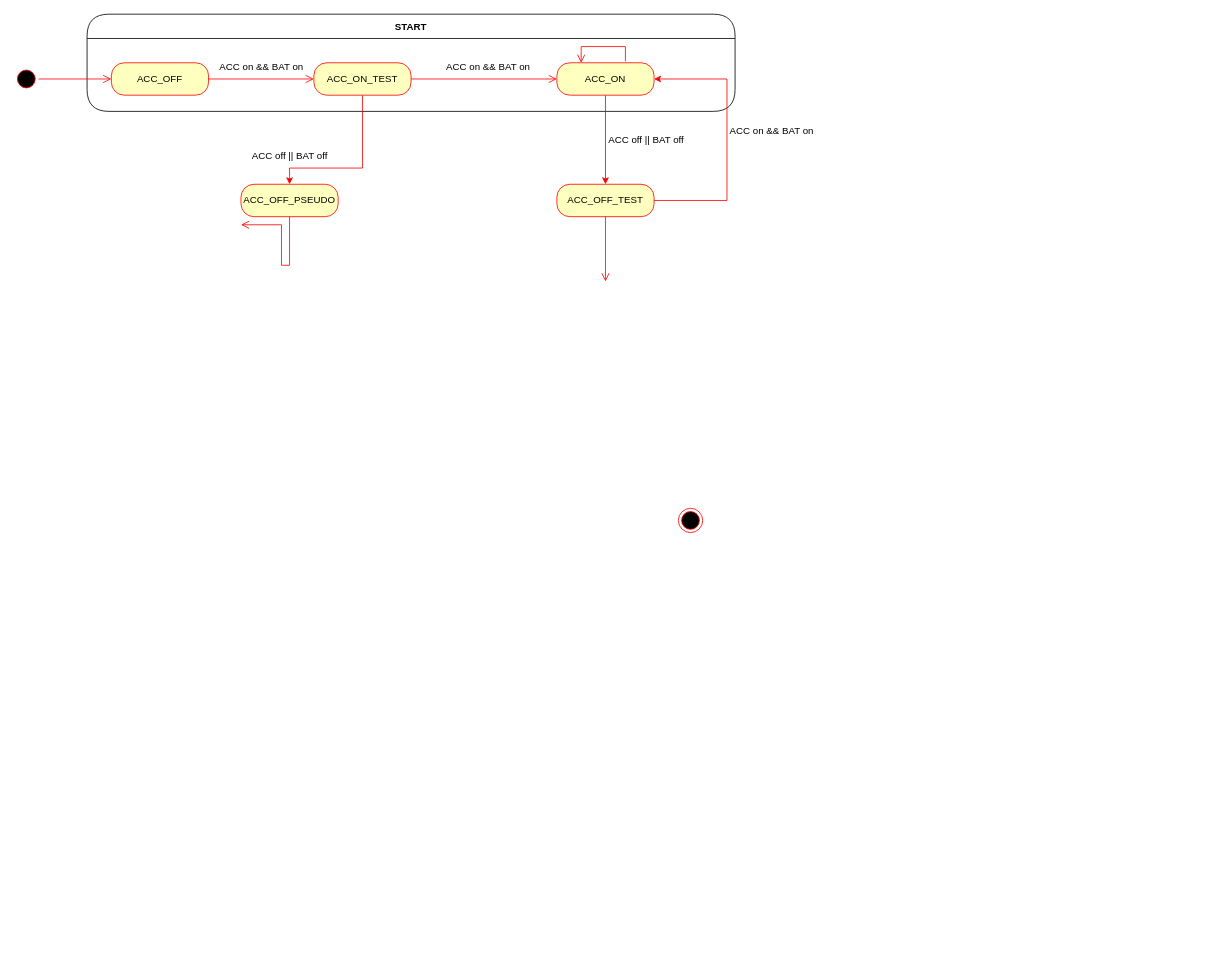
Before: page "AccState" (1 of 2) of 제목 없는 다이어그램.drawio in chaeyoonl/state-transition-diagram-test, a draw.io diagram. Source tidied: cells renumbered, new cells numbered last; positions are measured from the earlier drawing's top-left corner, leaving out a move shared by most shapes. Both pictures are drawn from the tidied source at 81%, with x=0, y=0 at pixel (14, 14).
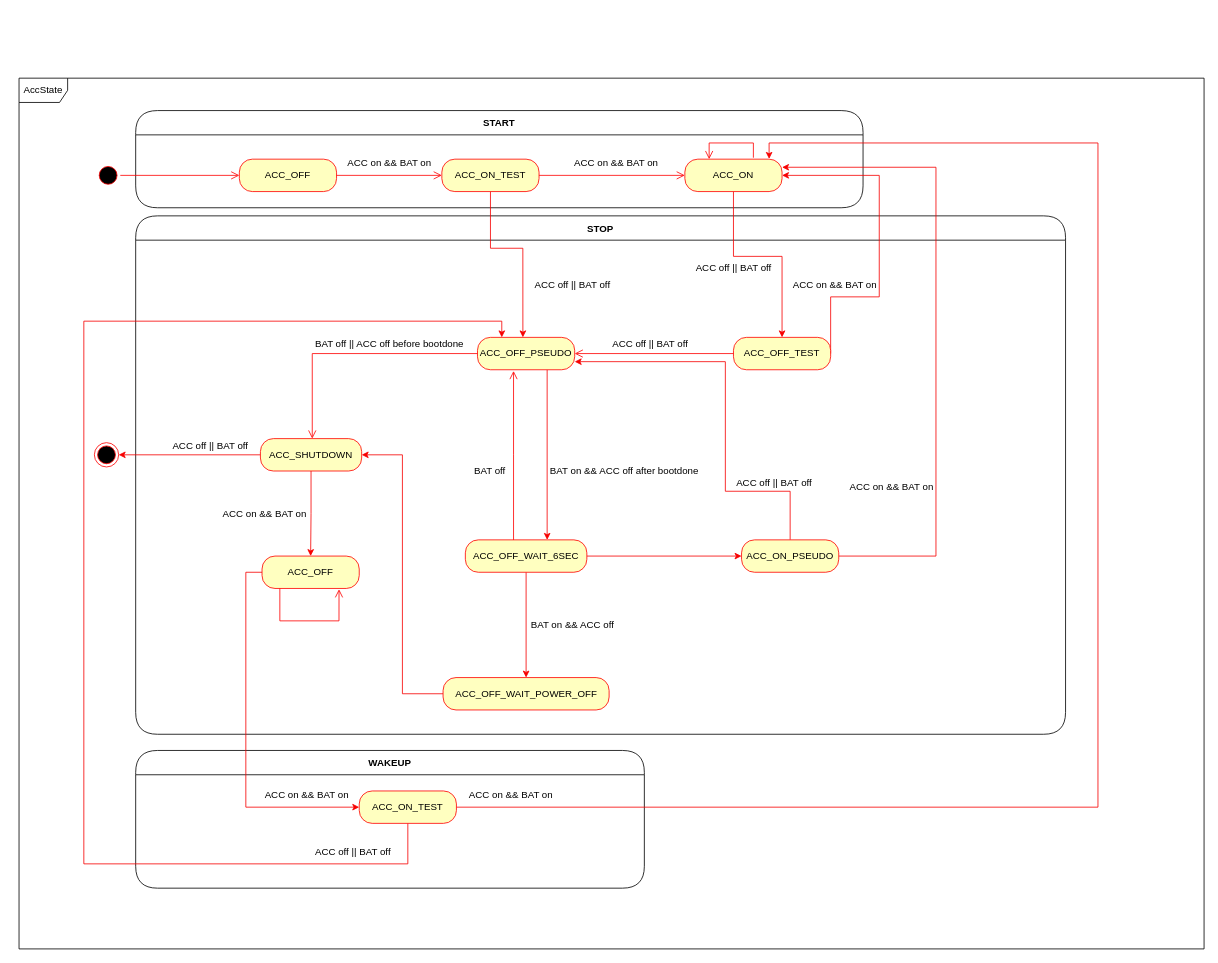
Above is the later version.

Diff of the diagram source:
```diff
@@
+    <mxCell id="24" value="AccState" style="shape=umlFrame;whiteSpace=wrap;html=1;rounded=1;fillStyle=auto;strokeColor=#000000;fillColor=#FFFFFF;gradientColor=none;" parent="1" vertex="1">
+      <mxGeometry x="6" y="79" width="1463" height="1075" as="geometry" />
+    </mxCell>
+    <mxCell id="25" value="WAKEUP" style="swimlane;fontStyle=1;align=center;verticalAlign=middle;horizontal=1;startSize=30;rounded=1;arcSize=30;swimlaneFillColor=#FFFFFF;fillStyle=auto;" parent="1" vertex="1">
+      <mxGeometry x="150" y="909" width="628" height="170" as="geometry" />
+    </mxCell>
+    <mxCell id="26" value="STOP" style="swimlane;fontStyle=1;align=center;verticalAlign=middle;horizontal=1;startSize=30;rounded=1;arcSize=30;swimlaneFillColor=#FFFFFF;fillStyle=auto;" parent="1" vertex="1">
+      <mxGeometry x="150" y="249" width="1148" height="640" as="geometry" />
+    </mxCell>
     <mxCell id="2" value="START" style="swimlane;fontStyle=1;align=center;verticalAlign=middle;horizontal=1;startSize=30;rounded=1;arcSize=30;swimlaneFillColor=#FFFFFF;fillStyle=auto;" parent="1" vertex="1">
-      <mxGeometry x="90" width="800" height="120" as="geometry" />
+      <mxGeometry x="150" y="119" width="898" height="120" as="geometry" />
     </mxCell>
-    <mxCell id="3" style="ellipse;html=1;shape=endState;fillColor=#000000;strokeColor=#ff0000;" parent="1" vertex="1">
-      <mxGeometry x="820" y="610" width="30" height="30" as="geometry" />
-    </mxCell>
     <mxCell id="4" style="ellipse;html=1;shape=startState;fillColor=#000000;strokeColor=#ff0000;fillStyle=auto;" parent="1" vertex="1">
-      <mxGeometry y="65" width="30" height="30" as="geometry" />
+      <mxGeometry x="101" y="184" width="30" height="30" as="geometry" />
     </mxCell>
@@
     <mxCell id="6" value="ACC_OFF" style="rounded=1;whiteSpace=wrap;html=1;arcSize=40;fontColor=#000000;fillColor=#ffffc0;strokeColor=#ff0000;fillStyle=auto;" parent="1" vertex="1">
-      <mxGeometry x="120" y="60" width="120" height="40" as="geometry" />
+      <mxGeometry x="278" y="179" width="120" height="40" as="geometry" />
     </mxCell>
@@
     <mxCell id="8" style="edgeStyle=orthogonalEdgeStyle;rounded=0;jettySize=auto;html=1;exitX=0.5;exitY=1;exitDx=0;exitDy=0;entryX=0.5;entryY=0;entryDx=0;entryDy=0;strokeColor=#F70000;" parent="1" edge="1" source="9" target="20">
-      <mxGeometry relative="1" as="geometry" />
+      <mxGeometry relative="1" as="geometry">
+        <Array as="points">
+          <mxPoint x="888" y="299" />
+          <mxPoint x="948" y="299" />
+        </Array>
+      </mxGeometry>
     </mxCell>
     <mxCell id="9" value="ACC_ON" style="rounded=1;whiteSpace=wrap;html=1;arcSize=40;fontColor=#000000;fillColor=#ffffc0;strokeColor=#ff0000;fillStyle=auto;" parent="1" vertex="1">
-      <mxGeometry x="670" y="60" width="120" height="40" as="geometry" />
+      <mxGeometry x="828" y="179" width="120" height="40" as="geometry" />
     </mxCell>
     <mxCell id="10" style="edgeStyle=orthogonalEdgeStyle;html=1;verticalAlign=bottom;endArrow=open;endSize=8;strokeColor=#ff0000;rounded=0;exitX=0.705;exitY=-0.045;exitDx=0;exitDy=0;exitPerimeter=0;entryX=0.25;entryY=0;entryDx=0;entryDy=0;" parent="1" edge="1" source="9" target="9">
       <mxGeometry relative="1" as="geometry">
         <Array as="points">
-          <mxPoint x="755" y="40" />
-          <mxPoint x="700" y="40" />
+          <mxPoint x="913" y="159" />
+          <mxPoint x="858" y="159" />
         </Array>
       </mxGeometry>
     </mxCell>
-    <mxCell id="11" style="edgeStyle=orthogonalEdgeStyle;rounded=0;jettySize=auto;html=1;exitX=0.5;exitY=1;exitDx=0;exitDy=0;entryX=0.5;entryY=0;entryDx=0;entryDy=0;strokeColor=#F70000;" parent="1" edge="1" source="12" target="16">
+    <mxCell id="11" style="edgeStyle=orthogonalEdgeStyle;rounded=0;jettySize=auto;html=1;exitX=0.5;exitY=1;exitDx=0;exitDy=0;entryX=0.467;entryY=0;entryDx=0;entryDy=0;strokeColor=#F70000;entryPerimeter=0;" parent="1" edge="1" source="12" target="16">
       <mxGeometry relative="1" as="geometry">
         <Array as="points">
-          <mxPoint x="430" y="190" />
-          <mxPoint x="340" y="190" />
+          <mxPoint x="588" y="289" />
+          <mxPoint x="628" y="289" />
         </Array>
       </mxGeometry>
     </mxCell>
     <mxCell id="12" value="ACC_ON_TEST" style="rounded=1;whiteSpace=wrap;html=1;arcSize=40;fontColor=#000000;fillColor=#ffffc0;strokeColor=#ff0000;fillStyle=auto;" parent="1" vertex="1">
-      <mxGeometry x="370" y="60" width="120" height="40" as="geometry" />
+      <mxGeometry x="528" y="179" width="120" height="40" as="geometry" />
     </mxCell>
@@
     <mxCell id="14" value="ACC on &amp;amp;&amp;amp; BAT on" style="text;html=1;align=center;verticalAlign=middle;fillColor=none;strokeColor=none;rounded=0;fillStyle=auto;" parent="1" vertex="1">
-      <mxGeometry x="240" y="50" width="130" height="30" as="geometry" />
+      <mxGeometry x="398" y="169" width="130" height="30" as="geometry" />
     </mxCell>
     <mxCell id="15" value="ACC on &amp;amp;&amp;amp; BAT on" style="text;html=1;align=center;verticalAlign=middle;fillColor=none;strokeColor=none;rounded=0;fillStyle=auto;" parent="1" vertex="1">
-      <mxGeometry x="520" y="50" width="130" height="30" as="geometry" />
+      <mxGeometry x="678" y="169" width="130" height="30" as="geometry" />
     </mxCell>
+    <mxCell id="27" style="edgeStyle=orthogonalEdgeStyle;rounded=0;orthogonalLoop=1;jettySize=auto;html=1;exitX=0.5;exitY=1;exitDx=0;exitDy=0;strokeColor=#F70000;" parent="1" edge="1">
+      <mxGeometry relative="1" as="geometry">
+        <mxPoint x="658" y="439" as="sourcePoint" />
+        <mxPoint x="658" y="649" as="targetPoint" />
+      </mxGeometry>
+    </mxCell>
     <mxCell id="16" value="ACC_OFF_PSEUDO" style="rounded=1;whiteSpace=wrap;html=1;arcSize=40;fontColor=#000000;fillColor=#ffffc0;strokeColor=#ff0000;fillStyle=auto;" parent="1" vertex="1">
-      <mxGeometry x="280" y="210" width="120" height="40" as="geometry" />
+      <mxGeometry x="572" y="399" width="120" height="40" as="geometry" />
     </mxCell>
-    <mxCell id="17" style="edgeStyle=orthogonalEdgeStyle;html=1;verticalAlign=bottom;endArrow=open;endSize=8;strokeColor=#ff0000;rounded=0;" parent="1" edge="1" source="16">
+    <mxCell id="17" style="edgeStyle=orthogonalEdgeStyle;html=1;verticalAlign=bottom;endArrow=open;endSize=8;strokeColor=#ff0000;rounded=0;exitX=0;exitY=0.5;exitDx=0;exitDy=0;" parent="1" edge="1" source="16" target="35">
       <mxGeometry relative="1" as="geometry">
-        <mxPoint x="280" y="260" as="targetPoint" />
         <Array as="points">
-          <mxPoint x="340" y="310" />
-          <mxPoint x="330" y="310" />
-          <mxPoint x="330" y="260" />
+          <mxPoint x="368" y="419" />
         </Array>
       </mxGeometry>
     </mxCell>
     <mxCell id="18" value="ACC off || BAT off" style="text;html=1;align=center;verticalAlign=middle;fillColor=none;strokeColor=none;rounded=0;fillStyle=auto;" parent="1" vertex="1">
-      <mxGeometry x="280" y="160" width="120" height="30" as="geometry" />
+      <mxGeometry x="629" y="319" width="120" height="30" as="geometry" />
     </mxCell>
     <mxCell id="19" style="edgeStyle=orthogonalEdgeStyle;rounded=0;jettySize=auto;html=1;exitX=1;exitY=0.5;exitDx=0;exitDy=0;entryX=1;entryY=0.5;entryDx=0;entryDy=0;strokeColor=#F70000;" parent="1" edge="1" source="20" target="9">
       <mxGeometry relative="1" as="geometry">
         <Array as="points">
-          <mxPoint x="880" y="230" />
-          <mxPoint x="880" y="80" />
+          <mxPoint x="1068" y="349" />
+          <mxPoint x="1068" y="199" />
         </Array>
       </mxGeometry>
     </mxCell>
     <mxCell id="20" value="ACC_OFF_TEST" style="rounded=1;whiteSpace=wrap;html=1;arcSize=40;fontColor=#000000;fillColor=#ffffc0;strokeColor=#ff0000;fillStyle=auto;" parent="1" vertex="1">
-      <mxGeometry x="670" y="210" width="120" height="40" as="geometry" />
+      <mxGeometry x="888" y="399" width="120" height="40" as="geometry" />
     </mxCell>
-    <mxCell id="21" style="edgeStyle=orthogonalEdgeStyle;html=1;verticalAlign=bottom;endArrow=open;endSize=8;strokeColor=#ff0000;rounded=0;" parent="1" edge="1" source="20">
-      <mxGeometry relative="1" as="geometry">
-        <mxPoint x="730" y="330" as="targetPoint" />
-      </mxGeometry>
+    <mxCell id="21" style="edgeStyle=orthogonalEdgeStyle;html=1;verticalAlign=bottom;endArrow=open;endSize=8;strokeColor=#ff0000;rounded=0;entryX=1;entryY=0.5;entryDx=0;entryDy=0;" parent="1" edge="1" source="20" target="16">
+      <mxGeometry relative="1" as="geometry" />
     </mxCell>
     <mxCell id="22" value="ACC off || BAT off" style="text;html=1;align=center;verticalAlign=middle;fillColor=none;strokeColor=none;rounded=0;fillStyle=auto;" parent="1" vertex="1">
-      <mxGeometry x="720" y="140" width="120" height="30" as="geometry" />
+      <mxGeometry x="828" y="299" width="120" height="30" as="geometry" />
     </mxCell>
     <mxCell id="23" value="ACC on &amp;amp;&amp;amp; BAT on" style="text;html=1;align=center;verticalAlign=middle;fillColor=none;strokeColor=none;rounded=0;fillStyle=auto;" parent="1" vertex="1">
-      <mxGeometry x="870" y="130" width="130" height="30" as="geometry" />
+      <mxGeometry x="948" y="319" width="130" height="30" as="geometry" />
     </mxCell>
+    <mxCell id="28" value="ACC off || BAT off" style="text;html=1;align=center;verticalAlign=middle;fillColor=none;strokeColor=none;rounded=0;fillStyle=auto;" parent="1" vertex="1">
+      <mxGeometry x="725" y="392" width="120" height="30" as="geometry" />
+    </mxCell>
+    <mxCell id="29" style="edgeStyle=orthogonalEdgeStyle;rounded=0;jettySize=auto;html=1;exitX=1;exitY=0.5;exitDx=0;exitDy=0;entryX=0;entryY=0.5;entryDx=0;entryDy=0;strokeColor=#F70000;" parent="1" edge="1" source="31" target="44">
+      <mxGeometry relative="1" as="geometry" />
+    </mxCell>
+    <mxCell id="30" style="edgeStyle=orthogonalEdgeStyle;rounded=0;jettySize=auto;html=1;exitX=0.5;exitY=1;exitDx=0;exitDy=0;strokeColor=#F70000;" parent="1" edge="1" source="31" target="46">
+      <mxGeometry relative="1" as="geometry" />
+    </mxCell>
+    <mxCell id="31" value="ACC_OFF_WAIT_6SEC" style="rounded=1;whiteSpace=wrap;html=1;arcSize=40;fontColor=#000000;fillColor=#ffffc0;strokeColor=#ff0000;fillStyle=auto;" parent="1" vertex="1">
+      <mxGeometry x="557" y="649" width="150" height="40" as="geometry" />
+    </mxCell>
+    <mxCell id="32" style="edgeStyle=orthogonalEdgeStyle;html=1;verticalAlign=bottom;endArrow=open;endSize=8;strokeColor=#ff0000;rounded=0;entryX=0.096;entryY=1.038;entryDx=0;entryDy=0;entryPerimeter=0;" parent="1" edge="1">
+      <mxGeometry relative="1" as="geometry">
+        <mxPoint x="616.5" y="649" as="sourcePoint" />
+        <mxPoint x="616.5" y="440.5" as="targetPoint" />
+        <Array as="points">
+          <mxPoint x="617" y="544" />
+        </Array>
+      </mxGeometry>
+    </mxCell>
+    <mxCell id="33" style="edgeStyle=orthogonalEdgeStyle;rounded=0;jettySize=auto;html=1;exitX=0.5;exitY=1;exitDx=0;exitDy=0;strokeColor=#F70000;" parent="1" edge="1" source="35" target="39">
+      <mxGeometry relative="1" as="geometry" />
+    </mxCell>
+    <mxCell id="34" style="edgeStyle=orthogonalEdgeStyle;rounded=0;jettySize=auto;html=1;exitX=0;exitY=0.5;exitDx=0;exitDy=0;entryX=1;entryY=0.5;entryDx=0;entryDy=0;strokeColor=#F70000;" parent="1" edge="1" source="35" target="56">
+      <mxGeometry relative="1" as="geometry" />
+    </mxCell>
+    <mxCell id="35" value="ACC_SHUTDOWN" style="rounded=1;whiteSpace=wrap;html=1;arcSize=40;fontColor=#000000;fillColor=#ffffc0;strokeColor=#ff0000;fillStyle=auto;" parent="1" vertex="1">
+      <mxGeometry x="304" y="524" width="125" height="40" as="geometry" />
+    </mxCell>
+    <mxCell id="36" value="BAT off || ACC off before bootdone" style="text;html=1;align=center;verticalAlign=middle;fillColor=none;strokeColor=none;rounded=0;fillStyle=auto;" parent="1" vertex="1">
+      <mxGeometry x="358" y="392" width="210" height="30" as="geometry" />
+    </mxCell>
+    <mxCell id="37" value="BAT on &amp;amp;&amp;amp; ACC off after bootdone" style="text;html=1;align=center;verticalAlign=middle;fillColor=none;strokeColor=none;rounded=0;fillStyle=auto;" parent="1" vertex="1">
+      <mxGeometry x="648" y="549" width="210" height="30" as="geometry" />
+    </mxCell>
+    <mxCell id="38" style="edgeStyle=orthogonalEdgeStyle;rounded=0;jettySize=auto;html=1;exitX=0;exitY=0.5;exitDx=0;exitDy=0;entryX=0;entryY=0.5;entryDx=0;entryDy=0;strokeColor=#F70000;" parent="1" edge="1" source="39" target="52">
+      <mxGeometry relative="1" as="geometry" />
+    </mxCell>
+    <mxCell id="39" value="ACC_OFF" style="rounded=1;whiteSpace=wrap;html=1;arcSize=40;fontColor=#000000;fillColor=#ffffc0;strokeColor=#ff0000;fillStyle=auto;" parent="1" vertex="1">
+      <mxGeometry x="306" y="669" width="120" height="40" as="geometry" />
+    </mxCell>
+    <mxCell id="40" style="edgeStyle=orthogonalEdgeStyle;html=1;verticalAlign=bottom;endArrow=open;endSize=8;strokeColor=#ff0000;rounded=0;entryX=0.792;entryY=1.023;entryDx=0;entryDy=0;entryPerimeter=0;" parent="1" edge="1" source="39" target="39">
+      <mxGeometry relative="1" as="geometry">
+        <Array as="points">
+          <mxPoint x="328" y="749" />
+          <mxPoint x="401" y="749" />
+        </Array>
+      </mxGeometry>
+    </mxCell>
+    <mxCell id="41" value="BAT off" style="text;html=1;align=center;verticalAlign=middle;fillColor=none;strokeColor=none;rounded=0;fillStyle=auto;" parent="1" vertex="1">
+      <mxGeometry x="557" y="549" width="60" height="30" as="geometry" />
+    </mxCell>
+    <mxCell id="42" style="edgeStyle=orthogonalEdgeStyle;rounded=0;jettySize=auto;html=1;exitX=0.5;exitY=0;exitDx=0;exitDy=0;entryX=1;entryY=0.75;entryDx=0;entryDy=0;strokeColor=#F70000;" parent="1" edge="1" source="44" target="16">
+      <mxGeometry relative="1" as="geometry">
+        <Array as="points">
+          <mxPoint x="958" y="589" />
+          <mxPoint x="878" y="589" />
+          <mxPoint x="878" y="429" />
+        </Array>
+      </mxGeometry>
+    </mxCell>
+    <mxCell id="43" style="edgeStyle=orthogonalEdgeStyle;rounded=0;jettySize=auto;html=1;exitX=1;exitY=0.5;exitDx=0;exitDy=0;entryX=1;entryY=0.25;entryDx=0;entryDy=0;strokeColor=#F70000;" parent="1" edge="1" source="44" target="9">
+      <mxGeometry relative="1" as="geometry">
+        <Array as="points">
+          <mxPoint x="1138" y="669" />
+          <mxPoint x="1138" y="189" />
+        </Array>
+      </mxGeometry>
+    </mxCell>
+    <mxCell id="44" value="ACC_ON_PSEUDO" style="rounded=1;whiteSpace=wrap;html=1;arcSize=40;fontColor=#000000;fillColor=#ffffc0;strokeColor=#ff0000;fillStyle=auto;" parent="1" vertex="1">
+      <mxGeometry x="898" y="649" width="120" height="40" as="geometry" />
+    </mxCell>
+    <mxCell id="45" style="edgeStyle=orthogonalEdgeStyle;rounded=0;jettySize=auto;html=1;exitX=0;exitY=0.5;exitDx=0;exitDy=0;entryX=1;entryY=0.5;entryDx=0;entryDy=0;strokeColor=#F70000;" parent="1" edge="1" source="46" target="35">
+      <mxGeometry relative="1" as="geometry" />
+    </mxCell>
+    <mxCell id="46" value="ACC_OFF_WAIT_POWER_OFF" style="rounded=1;whiteSpace=wrap;html=1;arcSize=40;fontColor=#000000;fillColor=#ffffc0;strokeColor=#ff0000;fillStyle=auto;" parent="1" vertex="1">
+      <mxGeometry x="529.5" y="819" width="205" height="40" as="geometry" />
+    </mxCell>
+    <mxCell id="47" value="BAT on &amp;amp;&amp;amp; ACC off" style="text;html=1;align=center;verticalAlign=middle;fillColor=none;strokeColor=none;rounded=0;fillStyle=auto;" parent="1" vertex="1">
+      <mxGeometry x="624" y="739" width="130" height="30" as="geometry" />
+    </mxCell>
+    <mxCell id="48" value="ACC off || BAT off" style="text;html=1;align=center;verticalAlign=middle;fillColor=none;strokeColor=none;rounded=0;fillStyle=auto;" parent="1" vertex="1">
+      <mxGeometry x="878" y="564" width="120" height="30" as="geometry" />
+    </mxCell>
+    <mxCell id="49" value="ACC on &amp;amp;&amp;amp; BAT on" style="text;html=1;align=center;verticalAlign=middle;fillColor=none;strokeColor=none;rounded=0;fillStyle=auto;" parent="1" vertex="1">
+      <mxGeometry x="1018" y="569" width="130" height="30" as="geometry" />
+    </mxCell>
+    <mxCell id="50" style="edgeStyle=orthogonalEdgeStyle;rounded=0;jettySize=auto;html=1;exitX=1;exitY=0.5;exitDx=0;exitDy=0;entryX=0.867;entryY=-0.008;entryDx=0;entryDy=0;entryPerimeter=0;strokeColor=#F70000;" parent="1" edge="1" source="52" target="9">
+      <mxGeometry relative="1" as="geometry">
+        <Array as="points">
+          <mxPoint x="1338" y="979" />
+          <mxPoint x="1338" y="159" />
+          <mxPoint x="932" y="159" />
+        </Array>
+      </mxGeometry>
+    </mxCell>
+    <mxCell id="51" style="edgeStyle=orthogonalEdgeStyle;rounded=0;jettySize=auto;html=1;exitX=0.5;exitY=1;exitDx=0;exitDy=0;entryX=0.25;entryY=0;entryDx=0;entryDy=0;strokeColor=#F70000;" parent="1" edge="1" source="52" target="16">
+      <mxGeometry relative="1" as="geometry">
+        <Array as="points">
+          <mxPoint x="486" y="1049" />
+          <mxPoint x="86" y="1049" />
+          <mxPoint x="86" y="379" />
+          <mxPoint x="602" y="379" />
+        </Array>
+      </mxGeometry>
+    </mxCell>
+    <mxCell id="52" value="ACC_ON_TEST" style="rounded=1;whiteSpace=wrap;html=1;arcSize=40;fontColor=#000000;fillColor=#ffffc0;strokeColor=#ff0000;fillStyle=auto;" parent="1" vertex="1">
+      <mxGeometry x="426" y="959" width="120" height="40" as="geometry" />
+    </mxCell>
+    <mxCell id="53" value="ACC on &amp;amp;&amp;amp; BAT on" style="text;html=1;align=center;verticalAlign=middle;fillColor=none;strokeColor=none;rounded=0;fillStyle=auto;" parent="1" vertex="1">
+      <mxGeometry x="296" y="949" width="130" height="30" as="geometry" />
+    </mxCell>
+    <mxCell id="54" value="ACC on &amp;amp;&amp;amp; BAT on" style="text;html=1;align=center;verticalAlign=middle;fillColor=none;strokeColor=none;rounded=0;fillStyle=auto;" parent="1" vertex="1">
+      <mxGeometry x="548" y="949" width="130" height="30" as="geometry" />
+    </mxCell>
+    <mxCell id="55" value="ACC off || BAT off" style="text;html=1;align=center;verticalAlign=middle;fillColor=none;strokeColor=none;rounded=0;fillStyle=auto;" parent="1" vertex="1">
+      <mxGeometry x="358" y="1019" width="120" height="30" as="geometry" />
+    </mxCell>
+    <mxCell id="56" style="ellipse;html=1;shape=endState;fillColor=#000000;strokeColor=#ff0000;rounded=1;fillStyle=auto;" parent="1" vertex="1">
+      <mxGeometry x="99" y="529" width="30" height="30" as="geometry" />
+    </mxCell>
+    <mxCell id="57" value="ACC on &amp;amp;&amp;amp; BAT on" style="text;html=1;align=center;verticalAlign=middle;fillColor=none;strokeColor=none;rounded=0;fillStyle=auto;" parent="1" vertex="1">
+      <mxGeometry x="244" y="601.5" width="130" height="30" as="geometry" />
+    </mxCell>
+    <mxCell id="58" value="ACC off || BAT off" style="text;html=1;align=center;verticalAlign=middle;fillColor=none;strokeColor=none;rounded=0;fillStyle=auto;" parent="1" vertex="1">
+      <mxGeometry x="182" y="518" width="120" height="30" as="geometry" />
+    </mxCell>
```
